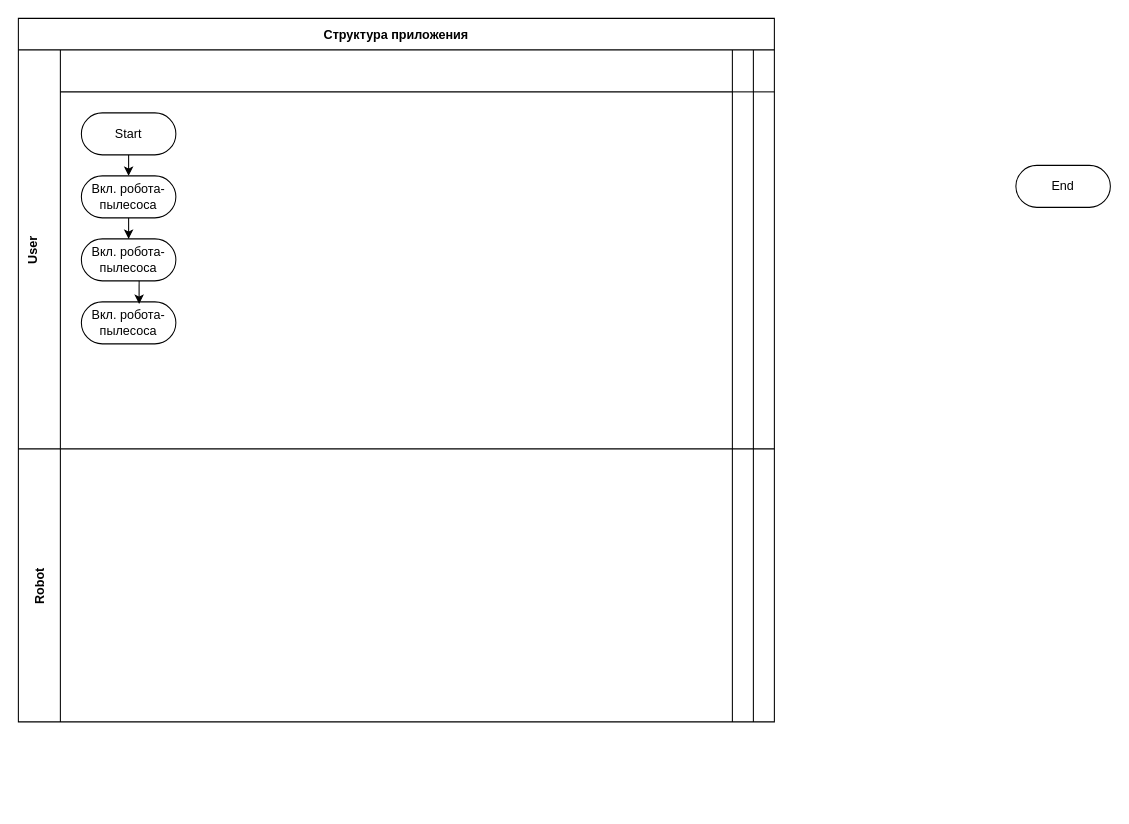
NikolayBoyzz/ArchitectorP_O-6 keeps this draw.io diagram as Диаграмма без названия.drawio. Above is the earlier version. Source tidied: cells renumbered, new cells numbered last; positions are measured from the earlier drawing's top-left corner, leaving out a move shared by most shapes. Both pictures are drawn from the tidied source at 105%, with x=0, y=0 at pixel (18, 18).
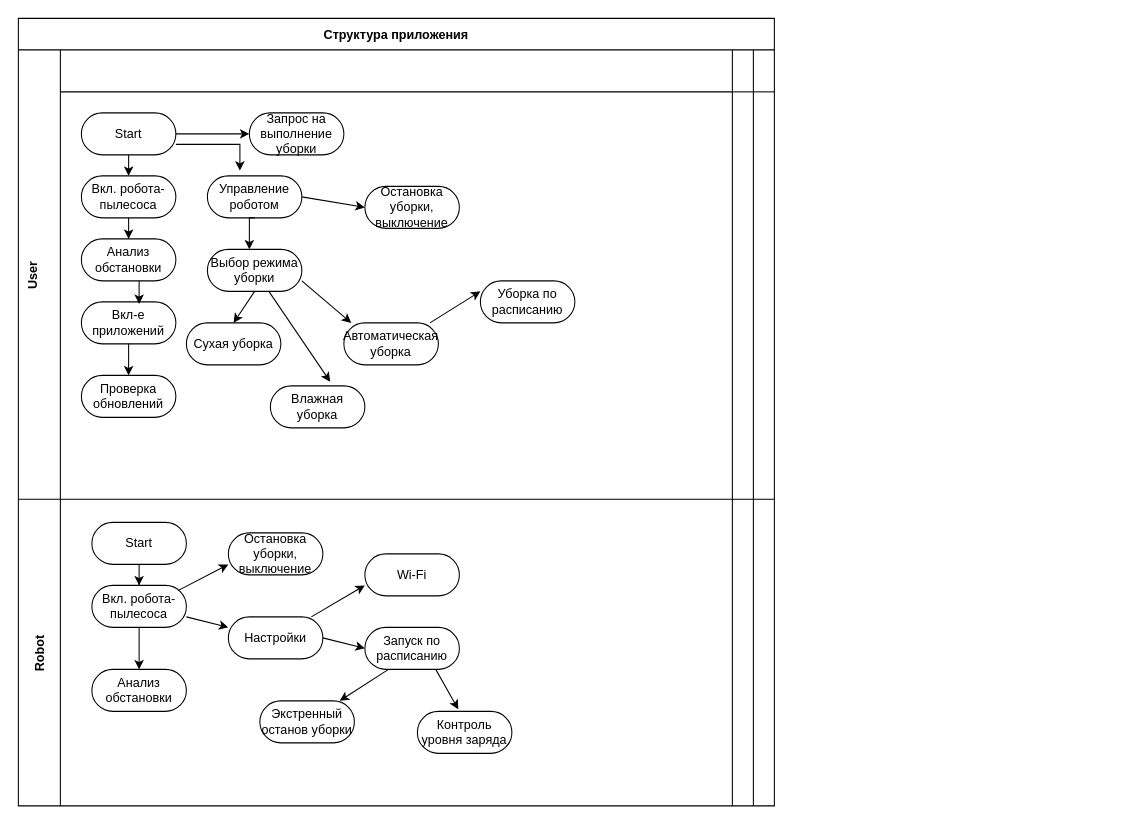
The same diagram, later.

Unchanged cells that the change refers to:
```xml
<mxCell id="7" value="Start" style="rounded=1;whiteSpace=wrap;html=1;arcSize=50;" parent="4" vertex="1">
  <mxGeometry x="20" y="60" width="90" height="40" as="geometry" />
</mxCell>
```

Change to the diagram source:
```diff
@@
     <mxCell id="2" value="Структура приложения" style="shape=table;childLayout=tableLayout;startSize=30;fillColor=none;fontStyle=1;" parent="1" vertex="1">
-      <mxGeometry width="720" height="670" as="geometry" />
+      <mxGeometry width="720" height="750" as="geometry" />
     </mxCell>
     <mxCell id="3" value="User&#10;" style="shape=tableRow;horizontal=0;swimlaneHead=0;swimlaneBody=0;top=0;left=0;bottom=0;right=0;fillColor=none;startSize=40;fontStyle=1;" parent="2" vertex="1">
-      <mxGeometry y="30" width="720" height="380" as="geometry" />
+      <mxGeometry y="30" width="720" height="428" as="geometry" />
     </mxCell>
     <mxCell id="4" style="swimlane;swimlaneHead=0;swimlaneBody=0;fillColor=none;startSize=40;fontStyle=1;" parent="3" vertex="1">
-      <mxGeometry x="40" width="640" height="380" as="geometry" />
+      <mxGeometry x="40" width="640" height="428" as="geometry" />
     </mxCell>
@@
-    <mxCell id="9" value="Вкл. робота-пылесоса" style="rounded=1;whiteSpace=wrap;html=1;arcSize=50;" parent="4" vertex="1">
+    <mxCell id="9" value="Анализ обстановки" style="rounded=1;whiteSpace=wrap;html=1;arcSize=50;" parent="4" vertex="1">
       <mxGeometry x="20" y="180" width="90" height="40" as="geometry" />
     </mxCell>
-    <mxCell id="10" value="Вкл. робота-пылесоса" style="rounded=1;whiteSpace=wrap;html=1;arcSize=50;" parent="4" vertex="1">
+    <mxCell id="10" value="Вкл-е приложений" style="rounded=1;whiteSpace=wrap;html=1;arcSize=50;" parent="4" vertex="1">
       <mxGeometry x="20" y="240" width="90" height="40" as="geometry" />
     </mxCell>
@@
+    <mxCell id="19" value="Проверка обновлений" style="rounded=1;whiteSpace=wrap;html=1;arcSize=50;" parent="4" vertex="1">
+      <mxGeometry x="20" y="310" width="90" height="40" as="geometry" />
+    </mxCell>
+    <mxCell id="20" style="edgeStyle=orthogonalEdgeStyle;rounded=0;jettySize=auto;html=1;entryX=0.5;entryY=0;entryDx=0;entryDy=0;" parent="4" edge="1" target="19">
+      <mxGeometry relative="1" as="geometry">
+        <mxPoint x="65" y="280" as="sourcePoint" />
+      </mxGeometry>
+    </mxCell>
+    <mxCell id="21" style="edgeStyle=orthogonalEdgeStyle;rounded=0;jettySize=auto;html=1;exitX=1;exitY=0.5;exitDx=0;exitDy=0;" parent="4" edge="1" source="7" target="22">
+      <mxGeometry relative="1" as="geometry" />
+    </mxCell>
+    <mxCell id="22" value="Запрос на выполнение уборки" style="rounded=1;whiteSpace=wrap;html=1;arcSize=50;" parent="4" vertex="1">
+      <mxGeometry x="180" y="60" width="90" height="40" as="geometry" />
+    </mxCell>
+    <mxCell id="23" value="Управление роботом" style="rounded=1;whiteSpace=wrap;html=1;arcSize=50;" parent="4" vertex="1">
+      <mxGeometry x="140" y="120" width="90" height="40" as="geometry" />
+    </mxCell>
+    <mxCell id="24" style="edgeStyle=orthogonalEdgeStyle;rounded=0;jettySize=auto;html=1;exitX=1;exitY=0.75;exitDx=0;exitDy=0;entryX=0.344;entryY=-0.125;entryDx=0;entryDy=0;entryPerimeter=0;" parent="4" edge="1" source="7" target="23">
+      <mxGeometry relative="1" as="geometry" />
+    </mxCell>
+    <mxCell id="25" value="Выбор режима уборки" style="rounded=1;whiteSpace=wrap;html=1;arcSize=50;" parent="4" vertex="1">
+      <mxGeometry x="140" y="190" width="90" height="40" as="geometry" />
+    </mxCell>
+    <mxCell id="26" value="Остановка уборки, выключение" style="rounded=1;whiteSpace=wrap;html=1;arcSize=50;" parent="4" vertex="1">
+      <mxGeometry x="290" y="130" width="90" height="40" as="geometry" />
+    </mxCell>
+    <mxCell id="27" style="edgeStyle=orthogonalEdgeStyle;rounded=0;jettySize=auto;html=1;exitX=0.5;exitY=1;exitDx=0;exitDy=0;" parent="4" edge="1" source="23">
+      <mxGeometry relative="1" as="geometry">
+        <mxPoint x="180" y="190" as="targetPoint" />
+        <Array as="points">
+          <mxPoint x="180" y="160" />
+        </Array>
+      </mxGeometry>
+    </mxCell>
+    <mxCell id="28" style="endArrow=classic;html=1;rounded=0;exitX=1;exitY=0.5;exitDx=0;exitDy=0;entryX=0;entryY=0.5;entryDx=0;entryDy=0;" parent="4" edge="1" source="23" target="26">
+      <mxGeometry relative="1" as="geometry" />
+    </mxCell>
+    <mxCell id="29" value="Сухая уборка" style="rounded=1;whiteSpace=wrap;html=1;arcSize=50;" parent="4" vertex="1">
+      <mxGeometry x="120" y="260" width="90" height="40" as="geometry" />
+    </mxCell>
+    <mxCell id="30" value="Автоматическая уборка" style="rounded=1;whiteSpace=wrap;html=1;arcSize=50;" parent="4" vertex="1">
+      <mxGeometry x="270" y="260" width="90" height="40" as="geometry" />
+    </mxCell>
+    <mxCell id="31" value="Влажная уборка" style="rounded=1;whiteSpace=wrap;html=1;arcSize=50;" parent="4" vertex="1">
+      <mxGeometry x="200" y="320" width="90" height="40" as="geometry" />
+    </mxCell>
+    <mxCell id="32" value="Уборка по расписанию" style="rounded=1;whiteSpace=wrap;html=1;arcSize=50;" parent="4" vertex="1">
+      <mxGeometry x="400" y="220" width="90" height="40" as="geometry" />
+    </mxCell>
+    <mxCell id="33" style="endArrow=classic;html=1;rounded=0;exitX=0.5;exitY=1;exitDx=0;exitDy=0;entryX=0.5;entryY=0;entryDx=0;entryDy=0;" parent="4" edge="1" source="25" target="29">
+      <mxGeometry relative="1" as="geometry" />
+    </mxCell>
+    <mxCell id="34" style="endArrow=classic;html=1;rounded=0;entryX=0.633;entryY=-0.1;entryDx=0;entryDy=0;entryPerimeter=0;" parent="4" edge="1" source="25" target="31">
+      <mxGeometry relative="1" as="geometry" />
+    </mxCell>
+    <mxCell id="35" style="endArrow=classic;html=1;rounded=0;exitX=1;exitY=0.75;exitDx=0;exitDy=0;entryX=0.078;entryY=0;entryDx=0;entryDy=0;entryPerimeter=0;" parent="4" edge="1" source="25" target="30">
+      <mxGeometry relative="1" as="geometry" />
+    </mxCell>
+    <mxCell id="36" style="endArrow=classic;html=1;rounded=0;exitX=0.911;exitY=0;exitDx=0;exitDy=0;entryX=0;entryY=0.25;entryDx=0;entryDy=0;exitPerimeter=0;" parent="4" edge="1" source="30" target="32">
+      <mxGeometry relative="1" as="geometry" />
+    </mxCell>
     <mxCell id="12" style="swimlane;swimlaneHead=0;swimlaneBody=0;fillColor=none;startSize=40;fontStyle=1;" parent="3" vertex="1">
-      <mxGeometry x="680" width="20" height="380" as="geometry" />
+      <mxGeometry x="680" width="20" height="428" as="geometry" />
     </mxCell>
-    <mxCell id="13" value="End" style="rounded=1;whiteSpace=wrap;html=1;arcSize=50;" parent="12" vertex="1">
-      <mxGeometry x="270" y="110" width="90" height="40" as="geometry" />
-    </mxCell>
     <mxCell id="14" style="swimlane;swimlaneHead=0;swimlaneBody=0;fillColor=none;startSize=40;fontStyle=1;" parent="3" vertex="1">
-      <mxGeometry x="700" width="20" height="380" as="geometry" />
+      <mxGeometry x="700" width="20" height="428" as="geometry" />
     </mxCell>
     <mxCell id="15" value="Robot" style="shape=tableRow;horizontal=0;swimlaneHead=0;swimlaneBody=0;top=0;left=0;bottom=0;right=0;fillColor=none;startSize=40;fontStyle=1;" parent="2" vertex="1">
-      <mxGeometry y="410" width="720" height="260" as="geometry" />
+      <mxGeometry y="458" width="720" height="292" as="geometry" />
     </mxCell>
     <mxCell id="16" style="swimlane;swimlaneHead=0;swimlaneBody=0;fillColor=none;startSize=0;fontStyle=1;" parent="15" vertex="1">
-      <mxGeometry x="40" width="640" height="260" as="geometry" />
+      <mxGeometry x="40" width="640" height="292" as="geometry" />
     </mxCell>
+    <mxCell id="13" value="Start" style="rounded=1;whiteSpace=wrap;html=1;arcSize=50;" parent="16" vertex="1">
+      <mxGeometry x="30" y="22" width="90" height="40" as="geometry" />
+    </mxCell>
+    <mxCell id="37" value="Вкл. робота-пылесоса" style="rounded=1;whiteSpace=wrap;html=1;arcSize=50;" parent="16" vertex="1">
+      <mxGeometry x="30" y="82" width="90" height="40" as="geometry" />
+    </mxCell>
+    <mxCell id="38" style="edgeStyle=orthogonalEdgeStyle;rounded=0;jettySize=auto;html=1;exitX=0.5;exitY=1;exitDx=0;exitDy=0;" parent="16" edge="1" source="13" target="37">
+      <mxGeometry relative="1" as="geometry" />
+    </mxCell>
+    <mxCell id="39" value="Остановка уборки, выключение" style="rounded=1;whiteSpace=wrap;html=1;arcSize=50;" parent="16" vertex="1">
+      <mxGeometry x="160" y="32" width="90" height="40" as="geometry" />
+    </mxCell>
+    <mxCell id="40" value="Wi-Fi" style="rounded=1;whiteSpace=wrap;html=1;arcSize=50;" parent="16" vertex="1">
+      <mxGeometry x="290" y="52" width="90" height="40" as="geometry" />
+    </mxCell>
+    <mxCell id="41" value="Настройки" style="rounded=1;whiteSpace=wrap;html=1;arcSize=50;" parent="16" vertex="1">
+      <mxGeometry x="160" y="112" width="90" height="40" as="geometry" />
+    </mxCell>
+    <mxCell id="42" style="endArrow=classic;html=1;rounded=0;exitX=1;exitY=0.75;exitDx=0;exitDy=0;entryX=0;entryY=0.25;entryDx=0;entryDy=0;" parent="16" edge="1" source="37" target="41">
+      <mxGeometry relative="1" as="geometry" />
+    </mxCell>
+    <mxCell id="43" style="endArrow=classic;html=1;rounded=0;exitX=0.911;exitY=0.125;exitDx=0;exitDy=0;entryX=0;entryY=0.75;entryDx=0;entryDy=0;exitPerimeter=0;" parent="16" edge="1" source="37" target="39">
+      <mxGeometry relative="1" as="geometry" />
+    </mxCell>
+    <mxCell id="44" value="Запуск по расписанию" style="rounded=1;whiteSpace=wrap;html=1;arcSize=50;" parent="16" vertex="1">
+      <mxGeometry x="290" y="122" width="90" height="40" as="geometry" />
+    </mxCell>
+    <mxCell id="45" style="endArrow=classic;html=1;rounded=0;entryX=0;entryY=0.75;entryDx=0;entryDy=0;" parent="16" edge="1" source="41" target="40">
+      <mxGeometry relative="1" as="geometry" />
+    </mxCell>
+    <mxCell id="46" style="endArrow=classic;html=1;rounded=0;exitX=1;exitY=0.5;exitDx=0;exitDy=0;entryX=0;entryY=0.5;entryDx=0;entryDy=0;" parent="16" edge="1" source="41" target="44">
+      <mxGeometry relative="1" as="geometry" />
+    </mxCell>
+    <mxCell id="47" value="Экстренный останов уборки" style="rounded=1;whiteSpace=wrap;html=1;arcSize=50;" parent="16" vertex="1">
+      <mxGeometry x="190" y="192" width="90" height="40" as="geometry" />
+    </mxCell>
+    <mxCell id="48" style="endArrow=classic;html=1;rounded=0;exitX=0.25;exitY=1;exitDx=0;exitDy=0;" parent="16" edge="1" source="44" target="47">
+      <mxGeometry relative="1" as="geometry" />
+    </mxCell>
+    <mxCell id="49" value="Контроль уровня заряда" style="rounded=1;whiteSpace=wrap;html=1;arcSize=50;" parent="16" vertex="1">
+      <mxGeometry x="340" y="202" width="90" height="40" as="geometry" />
+    </mxCell>
+    <mxCell id="50" style="endArrow=classic;html=1;rounded=0;exitX=0.75;exitY=1;exitDx=0;exitDy=0;entryX=0.433;entryY=-0.05;entryDx=0;entryDy=0;entryPerimeter=0;" parent="16" edge="1" source="44" target="49">
+      <mxGeometry relative="1" as="geometry" />
+    </mxCell>
     <mxCell id="17" style="swimlane;swimlaneHead=0;swimlaneBody=0;fillColor=none;startSize=0;fontStyle=1;" parent="15" vertex="1">
-      <mxGeometry x="680" width="20" height="260" as="geometry" />
+      <mxGeometry x="680" width="20" height="292" as="geometry" />
     </mxCell>
     <mxCell id="18" style="swimlane;swimlaneHead=0;swimlaneBody=0;fillColor=none;startSize=0;fontStyle=1;" parent="15" vertex="1">
-      <mxGeometry x="700" width="20" height="260" as="geometry" />
+      <mxGeometry x="700" width="20" height="292" as="geometry" />
     </mxCell>
+    <mxCell id="51" value="Анализ обстановки" style="rounded=1;whiteSpace=wrap;html=1;arcSize=50;" parent="1" vertex="1">
+      <mxGeometry x="70" y="620" width="90" height="40" as="geometry" />
+    </mxCell>
+    <mxCell id="52" style="endArrow=classic;html=1;rounded=0;exitX=0.5;exitY=1;exitDx=0;exitDy=0;entryX=0.5;entryY=0;entryDx=0;entryDy=0;" parent="1" edge="1" source="37" target="51">
+      <mxGeometry relative="1" as="geometry" />
+    </mxCell>
```
